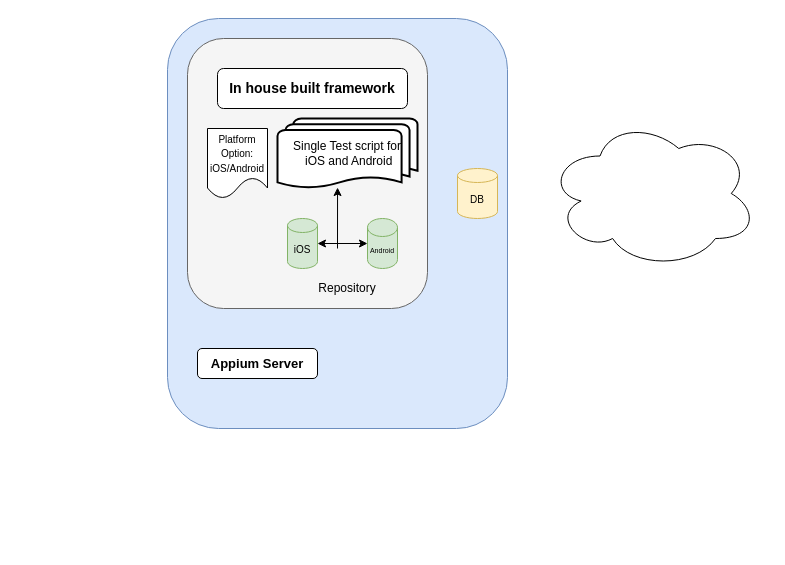
Earlier version of the draw.io diagram Untitled Diagram.drawio (Siddh010/FirstRepo). Source tidied: cells renumbered, new cells numbered last; positions are measured from the earlier drawing's top-left corner, leaving out a move shared by most shapes. Both pictures are drawn from the tidied source at 100%, with x=0, y=0 at pixel (167, 18). Pictures stored in the file or linked from it are replaced by grey dashed boxes.
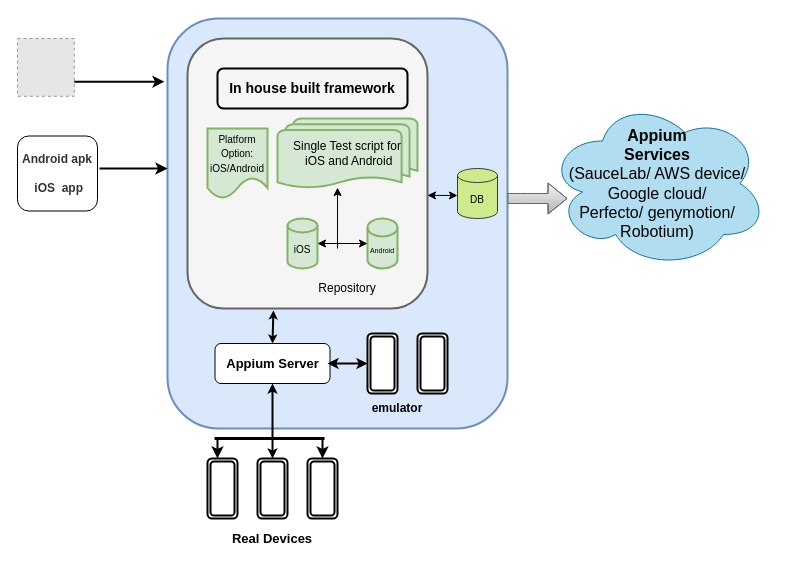
The same page after the edit.

The edit, as a diff of the source:
```diff
@@
-    <mxCell id="2" style="rounded=1;whiteSpace=wrap;html=1;fontSize=10;fillColor=#dae8fc;strokeColor=#6c8ebf;" parent="1" vertex="1">
+    <mxCell id="2" style="rounded=1;whiteSpace=wrap;html=1;fontSize=10;fillColor=#dae8fc;strokeColor=#6c8ebf;strokeWidth=2;" parent="1" vertex="1">
       <mxGeometry width="340" height="410" as="geometry" />
     </mxCell>
-    <mxCell id="3" style="rounded=1;whiteSpace=wrap;html=1;fillColor=#f5f5f5;strokeColor=#666666;fontColor=#333333;" parent="1" vertex="1">
+    <mxCell id="3" style="rounded=1;whiteSpace=wrap;html=1;fillColor=#f5f5f5;strokeColor=#666666;fontColor=#333333;strokeWidth=2;" parent="1" vertex="1">
       <mxGeometry x="20" y="20" width="240" height="270" as="geometry" />
     </mxCell>
-    <mxCell id="4" value="&lt;b&gt;&lt;font style=&quot;font-size: 14px&quot;&gt;In house built framework&lt;/font&gt;&lt;/b&gt;" style="rounded=1;whiteSpace=wrap;html=1;" parent="1" vertex="1">
+    <mxCell id="4" value="&lt;b&gt;&lt;font style=&quot;font-size: 14px&quot;&gt;In house built framework&lt;/font&gt;&lt;/b&gt;" style="rounded=1;whiteSpace=wrap;html=1;strokeWidth=2;fillColor=none;" parent="1" vertex="1">
       <mxGeometry x="50" y="50" width="190" height="40" as="geometry" />
     </mxCell>
-    <mxCell id="5" value="&lt;font style=&quot;font-size: 10px&quot;&gt;Platform Option: iOS/Android&lt;/font&gt;" style="shape=document;whiteSpace=wrap;html=1;boundedLbl=1;" parent="1" vertex="1">
+    <mxCell id="5" value="&lt;font style=&quot;font-size: 10px&quot;&gt;Platform Option: iOS/Android&lt;/font&gt;" style="shape=document;whiteSpace=wrap;html=1;boundedLbl=1;strokeWidth=2;fillColor=#d5e8d4;strokeColor=#82b366;" parent="1" vertex="1">
       <mxGeometry x="40" y="110" width="60" height="70" as="geometry" />
     </mxCell>
-    <mxCell id="6" value="iOS" style="shape=cylinder3;whiteSpace=wrap;html=1;boundedLbl=1;backgroundOutline=1;size=7;fillColor=#d5e8d4;strokeColor=#82b366;fontSize=10;" parent="1" vertex="1">
+    <mxCell id="6" value="iOS" style="shape=cylinder3;whiteSpace=wrap;html=1;boundedLbl=1;backgroundOutline=1;size=7;fillColor=#d5e8d4;strokeColor=#82b366;fontSize=10;strokeWidth=2;" parent="1" vertex="1">
       <mxGeometry x="120" y="200" width="30" height="50" as="geometry" />
     </mxCell>
@@
-    <mxCell id="8" value="Android" style="shape=cylinder3;whiteSpace=wrap;html=1;boundedLbl=1;backgroundOutline=1;size=9;fillColor=#d5e8d4;strokeColor=#82b366;fontSize=7;" parent="1" vertex="1">
+    <mxCell id="8" value="Android" style="shape=cylinder3;whiteSpace=wrap;html=1;boundedLbl=1;backgroundOutline=1;size=9;fillColor=#d5e8d4;strokeColor=#82b366;fontSize=7;strokeWidth=2;" parent="1" vertex="1">
       <mxGeometry x="200" y="200" width="30" height="50" as="geometry" />
     </mxCell>
-    <mxCell id="9" value="&lt;span style=&quot;font-size: 12px&quot;&gt;Single Test script for&lt;br&gt;&amp;nbsp;iOS and Android&lt;/span&gt;" style="strokeWidth=2;html=1;shape=mxgraph.flowchart.multi-document;whiteSpace=wrap;fontSize=10;" parent="1" vertex="1">
+    <mxCell id="9" value="&lt;span style=&quot;font-size: 12px&quot;&gt;Single Test script for&lt;br&gt;&amp;nbsp;iOS and Android&lt;/span&gt;" style="strokeWidth=2;html=1;shape=mxgraph.flowchart.multi-document;whiteSpace=wrap;fontSize=10;fillColor=#d5e8d4;strokeColor=#82b366;" parent="1" vertex="1">
       <mxGeometry x="110" y="100" width="140" height="70" as="geometry" />
     </mxCell>
@@
-    <mxCell id="12" value="DB" style="shape=cylinder3;whiteSpace=wrap;html=1;boundedLbl=1;backgroundOutline=1;size=7;fontSize=10;fillColor=#fff2cc;strokeColor=#d6b656;" parent="1" vertex="1">
+    <mxCell id="12" value="DB" style="shape=cylinder3;whiteSpace=wrap;html=1;boundedLbl=1;backgroundOutline=1;size=7;fontSize=10;fillColor=#cdeb8b;strokeColor=#36393d;" parent="1" vertex="1">
       <mxGeometry x="290" y="150" width="40" height="50" as="geometry" />
     </mxCell>
     <mxCell id="13" value="&lt;b&gt;&lt;font style=&quot;font-size: 13px&quot;&gt;Appium Server&lt;/font&gt;&lt;/b&gt;" style="rounded=1;whiteSpace=wrap;html=1;fontSize=10;" parent="1" vertex="1">
-      <mxGeometry x="30" y="330" width="120" height="30" as="geometry" />
+      <mxGeometry x="47.5" y="325" width="115" height="40" as="geometry" />
     </mxCell>
-    <mxCell id="14" style="ellipse;shape=cloud;whiteSpace=wrap;html=1;fontSize=10;" parent="1" vertex="1">
-      <mxGeometry x="380" y="100" width="210" height="150" as="geometry" />
+    <mxCell id="14" value="&lt;p style=&quot;margin-top: 0pt ; margin-bottom: 0pt ; direction: ltr ; unicode-bidi: embed ; vertical-align: baseline ; font-size: 16px&quot;&gt;&lt;font style=&quot;font-size: 16px&quot;&gt;&lt;span style=&quot;font-family: &amp;#34;calibri&amp;#34; ; font-weight: bold&quot;&gt;Appium&lt;/span&gt;&lt;span style=&quot;font-family: &amp;#34;calibri&amp;#34; ; font-weight: bold&quot;&gt;&lt;br&gt;Services&lt;/span&gt;&lt;/font&gt;&lt;/p&gt;&lt;font style=&quot;font-size: 16px&quot;&gt;&lt;span style=&quot;font-family: &amp;#34;calibri&amp;#34;&quot;&gt;(&lt;/span&gt;&lt;span style=&quot;font-family: &amp;#34;calibri&amp;#34;&quot;&gt;SauceLab&lt;/span&gt;&lt;span style=&quot;font-family: &amp;#34;calibri&amp;#34;&quot;&gt;/ AWS&amp;nbsp;&lt;/span&gt;&lt;span style=&quot;font-family: &amp;#34;calibri&amp;#34;&quot;&gt;device/&lt;/span&gt;&lt;span style=&quot;font-family: &amp;#34;calibri&amp;#34;&quot;&gt;&lt;br&gt;&lt;/span&gt;&lt;span style=&quot;font-family: &amp;#34;calibri&amp;#34;&quot;&gt;Google&amp;nbsp;&lt;/span&gt;&lt;span style=&quot;font-family: &amp;#34;calibri&amp;#34;&quot;&gt;cloud/ Perfecto/&amp;nbsp;&lt;/span&gt;&lt;span style=&quot;font-family: &amp;#34;calibri&amp;#34;&quot;&gt;genymotion&lt;/span&gt;&lt;span style=&quot;font-family: &amp;#34;calibri&amp;#34;&quot;&gt;/&lt;/span&gt;&lt;span style=&quot;font-family: &amp;#34;calibri&amp;#34;&quot;&gt;&lt;br&gt;&lt;/span&gt;&lt;span style=&quot;font-family: &amp;#34;calibri&amp;#34;&quot;&gt;Robotium&lt;/span&gt;&lt;span style=&quot;font-family: &amp;#34;calibri&amp;#34;&quot;&gt;)&lt;/span&gt;&lt;/font&gt;" style="ellipse;shape=cloud;whiteSpace=wrap;html=1;fontSize=10;fillColor=#b1ddf0;strokeColor=#10739e;" parent="1" vertex="1">
+      <mxGeometry x="380" y="80" width="220" height="170" as="geometry" />
     </mxCell>
+    <mxCell id="15" style="shape=flexArrow;endArrow=classic;html=1;fontSize=10;entryX=0.091;entryY=0.588;entryDx=0;entryDy=0;entryPerimeter=0;gradientColor=#b3b3b3;fillColor=#f5f5f5;strokeColor=#666666;" parent="1" edge="1" target="14">
+      <mxGeometry relative="1" as="geometry">
+        <mxPoint x="340" y="180" as="sourcePoint" />
+        <Array as="points">
+          <mxPoint x="360" y="180" />
+          <mxPoint x="380" y="180" />
+        </Array>
+      </mxGeometry>
+    </mxCell>
+    <mxCell id="16" style="fillColor=#E6E6E6;strokeColor=#999999;dashed=1;verticalLabelPosition=bottom;labelBackgroundColor=#ffffff;verticalAlign=top;" parent="1" vertex="1">
+      <mxGeometry x="-150" y="20" width="56.8" height="57.8" as="geometry" />
+    </mxCell>
+    <mxCell id="17" style="endArrow=classic;html=1;fontSize=10;entryX=-0.009;entryY=0.154;entryDx=0;entryDy=0;entryPerimeter=0;exitX=1;exitY=0.75;exitDx=0;exitDy=0;strokeWidth=2;" parent="1" edge="1" source="16" target="2">
+      <mxGeometry relative="1" as="geometry" />
+    </mxCell>
+    <mxCell id="18" value="&lt;b style=&quot;color: rgb(51 , 51 , 51) ; font-size: 12px&quot;&gt;Android apk&lt;br&gt;&lt;br&gt;&amp;nbsp;iOS&amp;nbsp; app&lt;/b&gt;" style="rounded=1;whiteSpace=wrap;html=1;fontSize=10;" parent="1" vertex="1">
+      <mxGeometry x="-150" y="117.5" width="80" height="75" as="geometry" />
+    </mxCell>
+    <mxCell id="19" style="endArrow=classic;html=1;fontSize=10;entryX=0;entryY=0.366;entryDx=0;entryDy=0;entryPerimeter=0;strokeWidth=2;" parent="1" edge="1" target="2">
+      <mxGeometry relative="1" as="geometry">
+        <mxPoint x="-68" y="150" as="sourcePoint" />
+      </mxGeometry>
+    </mxCell>
+    <mxCell id="20" style="shape=ext;double=1;rounded=1;whiteSpace=wrap;html=1;strokeWidth=2;fontSize=10;" parent="1" vertex="1">
+      <mxGeometry x="200" y="315" width="30" height="60" as="geometry" />
+    </mxCell>
+    <mxCell id="21" style="shape=ext;double=1;rounded=1;whiteSpace=wrap;html=1;strokeWidth=2;fontSize=10;" parent="1" vertex="1">
+      <mxGeometry x="250" y="315" width="30" height="60" as="geometry" />
+    </mxCell>
+    <mxCell id="22" style="shape=ext;double=1;rounded=1;whiteSpace=wrap;html=1;strokeWidth=2;fontSize=10;" parent="1" vertex="1">
+      <mxGeometry x="40" y="440" width="30" height="60" as="geometry" />
+    </mxCell>
+    <mxCell id="23" style="shape=ext;double=1;rounded=1;whiteSpace=wrap;html=1;strokeWidth=2;fontSize=10;" parent="1" vertex="1">
+      <mxGeometry x="90" y="440" width="30" height="60" as="geometry" />
+    </mxCell>
+    <mxCell id="24" style="shape=ext;double=1;rounded=1;whiteSpace=wrap;html=1;strokeWidth=2;fontSize=10;" parent="1" vertex="1">
+      <mxGeometry x="140" y="440" width="30" height="60" as="geometry" />
+    </mxCell>
+    <mxCell id="25" value="&lt;b&gt;&lt;font style=&quot;font-size: 12px&quot;&gt;emulator&lt;/font&gt;&lt;/b&gt;" style="text;html=1;strokeColor=none;fillColor=none;align=center;verticalAlign=middle;whiteSpace=wrap;rounded=0;fontSize=10;" parent="1" vertex="1">
+      <mxGeometry x="210" y="380" width="40" height="20" as="geometry" />
+    </mxCell>
+    <mxCell id="26" value="&lt;b&gt;&lt;font style=&quot;font-size: 13px&quot;&gt;Real Devices&lt;/font&gt;&lt;/b&gt;" style="text;html=1;strokeColor=none;fillColor=none;align=center;verticalAlign=middle;whiteSpace=wrap;rounded=0;fontSize=10;" parent="1" vertex="1">
+      <mxGeometry x="35" y="510" width="140" height="20" as="geometry" />
+    </mxCell>
+    <mxCell id="27" style="endArrow=none;html=1;strokeWidth=3;fontSize=10;" parent="1" edge="1">
+      <mxGeometry relative="1" as="geometry">
+        <mxPoint x="47" y="420" as="sourcePoint" />
+        <mxPoint x="157" y="420" as="targetPoint" />
+      </mxGeometry>
+    </mxCell>
+    <mxCell id="28" style="endArrow=classic;startArrow=classic;html=1;strokeWidth=2;fontSize=10;exitX=0.5;exitY=0;exitDx=0;exitDy=0;entryX=0.5;entryY=1;entryDx=0;entryDy=0;startSize=4;endSize=4;" parent="1" edge="1" source="23" target="13">
+      <mxGeometry relative="1" as="geometry" />
+    </mxCell>
+    <mxCell id="29" style="endArrow=classic;startArrow=classic;html=1;strokeWidth=2;fontSize=10;exitX=0.5;exitY=0;exitDx=0;exitDy=0;entryX=0.358;entryY=1.007;entryDx=0;entryDy=0;entryPerimeter=0;startSize=3;endSize=3;" parent="1" edge="1" source="13" target="3">
+      <mxGeometry relative="1" as="geometry" />
+    </mxCell>
+    <mxCell id="30" style="endArrow=classic;startArrow=classic;html=1;strokeWidth=1;fontSize=10;entryX=1;entryY=0.581;entryDx=0;entryDy=0;entryPerimeter=0;" parent="1" edge="1" target="3">
+      <mxGeometry relative="1" as="geometry">
+        <mxPoint x="290" y="177" as="sourcePoint" />
+      </mxGeometry>
+    </mxCell>
+    <mxCell id="31" style="endArrow=classic;startArrow=classic;html=1;strokeWidth=2;fontSize=10;entryX=0;entryY=0.5;entryDx=0;entryDy=0;startSize=5;endSize=5;" parent="1" edge="1" target="20">
+      <mxGeometry relative="1" as="geometry">
+        <mxPoint x="160" y="345" as="sourcePoint" />
+      </mxGeometry>
+    </mxCell>
+    <mxCell id="32" style="endArrow=classic;html=1;strokeWidth=2;fontSize=10;entryX=0.5;entryY=0;entryDx=0;entryDy=0;" parent="1" edge="1" target="24">
+      <mxGeometry relative="1" as="geometry">
+        <mxPoint x="155" y="420" as="sourcePoint" />
+      </mxGeometry>
+    </mxCell>
+    <mxCell id="33" style="endArrow=classic;html=1;strokeWidth=2;fontSize=10;entryX=0.5;entryY=0;entryDx=0;entryDy=0;" parent="1" edge="1">
+      <mxGeometry relative="1" as="geometry">
+        <mxPoint x="50" y="420" as="sourcePoint" />
+        <mxPoint x="50" y="440" as="targetPoint" />
+      </mxGeometry>
+    </mxCell>
```
